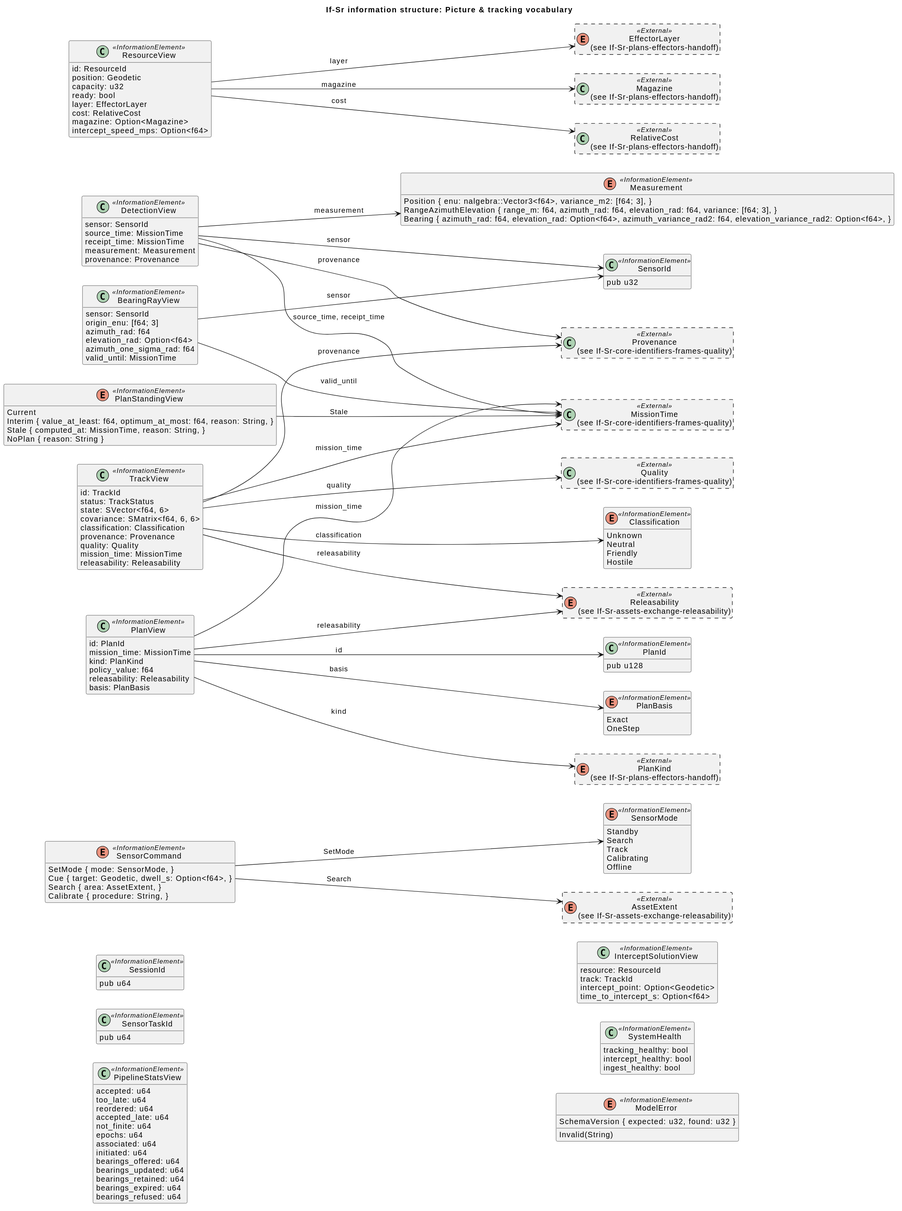
Earlier version of the PlantUML export docs/architecture/uaf/rendered/information/If-Sr-picture-tracking-vocabulary.svg (WayneRoessling/gungnir). The source it was exported from:
```plantuml
@startuml
title If-Sr information structure: Picture & tracking vocabulary
left to right direction
hide empty members
skinparam classAttributeIconSize 0
enum "SensorMode" as SensorMode <<InformationElement>> {
  Standby
  Search
  Track
  Calibrating
  Offline
}
class "SessionId" as SessionId <<InformationElement>> {
  pub u64
}
class "SensorId" as SensorId <<InformationElement>> {
  pub u32
}
class "SensorTaskId" as SensorTaskId <<InformationElement>> {
  pub u64
}
enum "SensorCommand" as SensorCommand <<InformationElement>> {
  SetMode { mode: SensorMode, }
  Cue { target: Geodetic, dwell_s: Option<f64>, }
  Search { area: AssetExtent, }
  Calibrate { procedure: String, }
}
enum "Classification" as Classification <<InformationElement>> {
  Unknown
  Neutral
  Friendly
  Hostile
}
enum "Measurement" as Measurement <<InformationElement>> {
  Position { enu: nalgebra::Vector3<f64>, variance_m2: [f64; 3], }
  RangeAzimuthElevation { range_m: f64, azimuth_rad: f64, elevation_rad: f64, variance: [f64; 3], }
  Bearing { azimuth_rad: f64, elevation_rad: Option<f64>, azimuth_variance_rad2: f64, elevation_variance_rad2: Option<f64>, }
}
class "DetectionView" as DetectionView <<InformationElement>> {
  sensor: SensorId
  source_time: MissionTime
  receipt_time: MissionTime
  measurement: Measurement
  provenance: Provenance
}
class "TrackView" as TrackView <<InformationElement>> {
  id: TrackId
  status: TrackStatus
  state: SVector<f64, 6>
  covariance: SMatrix<f64, 6, 6>
  classification: Classification
  provenance: Provenance
  quality: Quality
  mission_time: MissionTime
  releasability: Releasability
}
class "BearingRayView" as BearingRayView <<InformationElement>> {
  sensor: SensorId
  origin_enu: [f64; 3]
  azimuth_rad: f64
  elevation_rad: Option<f64>
  azimuth_one_sigma_rad: f64
  valid_until: MissionTime
}
class "PipelineStatsView" as PipelineStatsView <<InformationElement>> {
  accepted: u64
  too_late: u64
  reordered: u64
  accepted_late: u64
  not_finite: u64
  epochs: u64
  associated: u64
  initiated: u64
  bearings_offered: u64
  bearings_updated: u64
  bearings_retained: u64
  bearings_expired: u64
  bearings_refused: u64
}
class "ResourceView" as ResourceView <<InformationElement>> {
  id: ResourceId
  position: Geodetic
  capacity: u32
  ready: bool
  layer: EffectorLayer
  cost: RelativeCost
  magazine: Option<Magazine>
  intercept_speed_mps: Option<f64>
}
class "PlanId" as PlanId <<InformationElement>> {
  pub u128
}
class "InterceptSolutionView" as InterceptSolutionView <<InformationElement>> {
  resource: ResourceId
  track: TrackId
  intercept_point: Option<Geodetic>
  time_to_intercept_s: Option<f64>
}
class "PlanView" as PlanView <<InformationElement>> {
  id: PlanId
  mission_time: MissionTime
  kind: PlanKind
  policy_value: f64
  releasability: Releasability
  basis: PlanBasis
}
enum "PlanBasis" as PlanBasis <<InformationElement>> {
  Exact
  OneStep
}
enum "PlanStandingView" as PlanStandingView <<InformationElement>> {
  Current
  Interim { value_at_least: f64, optimum_at_most: f64, reason: String, }
  Stale { computed_at: MissionTime, reason: String, }
  NoPlan { reason: String }
}
class "SystemHealth" as SystemHealth <<InformationElement>> {
  tracking_healthy: bool
  intercept_healthy: bool
  ingest_healthy: bool
}
enum "ModelError" as ModelError <<InformationElement>> {
  SchemaVersion { expected: u32, found: u32 }
  Invalid(String)
}
enum "AssetExtent\n(see If-Sr-assets-exchange-releasability)" as AssetExtent <<External>> #line.dashed {
}
enum "EffectorLayer\n(see If-Sr-plans-effectors-handoff)" as EffectorLayer <<External>> #line.dashed {
}
class "Magazine\n(see If-Sr-plans-effectors-handoff)" as Magazine <<External>> #line.dashed {
}
class "MissionTime\n(see If-Sr-core-identifiers-frames-quality)" as MissionTime <<External>> #line.dashed {
}
enum "PlanKind\n(see If-Sr-plans-effectors-handoff)" as PlanKind <<External>> #line.dashed {
}
class "Provenance\n(see If-Sr-core-identifiers-frames-quality)" as Provenance <<External>> #line.dashed {
}
class "Quality\n(see If-Sr-core-identifiers-frames-quality)" as Quality <<External>> #line.dashed {
}
class "RelativeCost\n(see If-Sr-plans-effectors-handoff)" as RelativeCost <<External>> #line.dashed {
}
enum "Releasability\n(see If-Sr-assets-exchange-releasability)" as Releasability <<External>> #line.dashed {
}
SensorCommand --> AssetExtent : Search
SensorCommand --> SensorMode : SetMode
DetectionView --> Measurement : measurement
DetectionView --> MissionTime : source_time, receipt_time
DetectionView --> Provenance : provenance
DetectionView --> SensorId : sensor
TrackView --> Classification : classification
TrackView --> MissionTime : mission_time
TrackView --> Provenance : provenance
TrackView --> Quality : quality
TrackView --> Releasability : releasability
BearingRayView --> MissionTime : valid_until
BearingRayView --> SensorId : sensor
ResourceView --> EffectorLayer : layer
ResourceView --> Magazine : magazine
ResourceView --> RelativeCost : cost
PlanView --> MissionTime : mission_time
PlanView --> PlanBasis : basis
PlanView --> PlanId : id
PlanView --> PlanKind : kind
PlanView --> Releasability : releasability
PlanStandingView --> MissionTime : Stale
@enduml
```
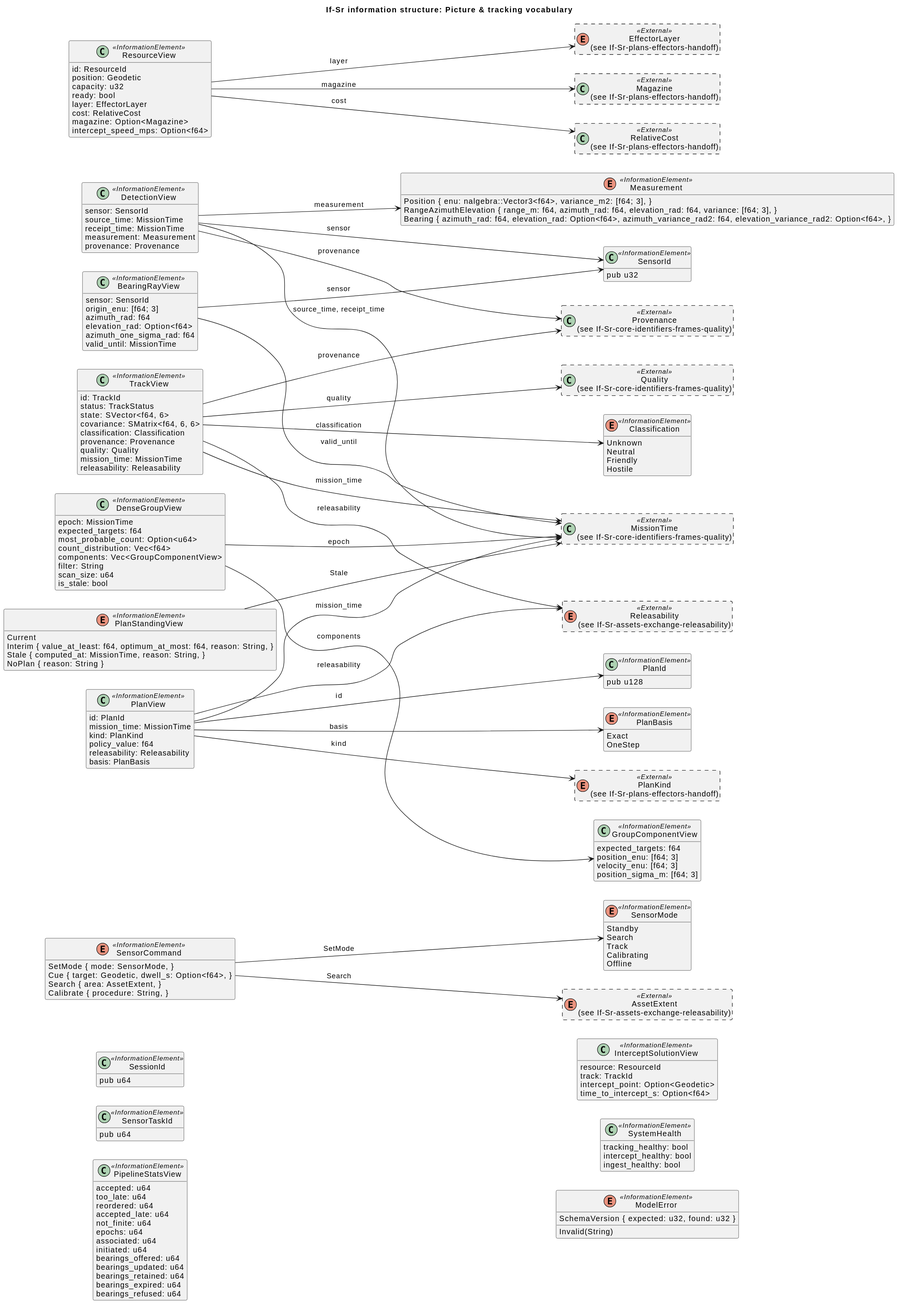
After the change.

Diff of the diagram source:
```diff
@@ -61,6 +61,22 @@
   elevation_rad: Option<f64>
   azimuth_one_sigma_rad: f64
   valid_until: MissionTime
+}
+class "DenseGroupView" as DenseGroupView <<InformationElement>> {
+  epoch: MissionTime
+  expected_targets: f64
+  most_probable_count: Option<u64>
+  count_distribution: Vec<f64>
+  components: Vec<GroupComponentView>
+  filter: String
+  scan_size: u64
+  is_stale: bool
+}
+class "GroupComponentView" as GroupComponentView <<InformationElement>> {
+  expected_targets: f64
+  position_enu: [f64; 3]
+  velocity_enu: [f64; 3]
+  position_sigma_m: [f64; 3]
 }
 class "PipelineStatsView" as PipelineStatsView <<InformationElement>> {
   accepted: u64
@@ -154,6 +170,8 @@
 TrackView --> Releasability : releasability
 BearingRayView --> MissionTime : valid_until
 BearingRayView --> SensorId : sensor
+DenseGroupView --> GroupComponentView : components
+DenseGroupView --> MissionTime : epoch
 ResourceView --> EffectorLayer : layer
 ResourceView --> Magazine : magazine
 ResourceView --> RelativeCost : cost
```
